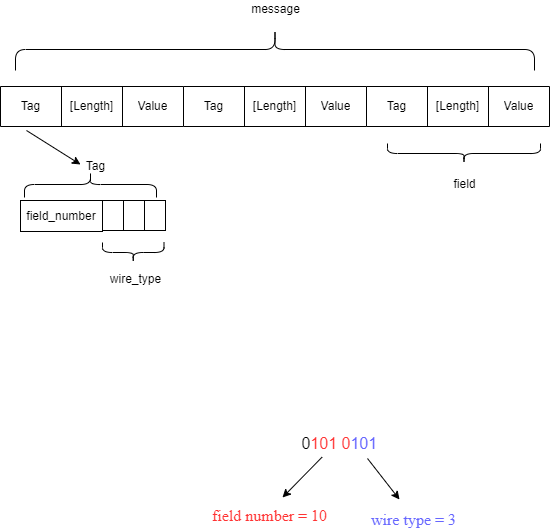
This is protobuf/demo2.png from sihaibao/note, a draw.io export, as it was before one commit. Source tidied: cells renumbered, new cells last; positions are measured from the earlier drawing's top-left corner, leaving out a move shared by most shapes.
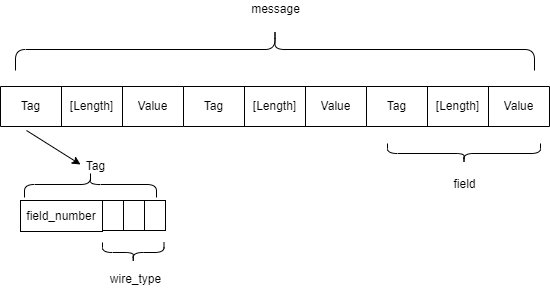
After the change.

What changed in the source:
```diff
@@ -2,26 +2,6 @@
   <root>
     <mxCell id="0" />
     <mxCell id="1" parent="0" />
-    <mxCell id="2" value="0&lt;font color=&quot;#ff3333&quot;&gt;101 0&lt;/font&gt;&lt;font color=&quot;#6666ff&quot;&gt;101&amp;nbsp;&lt;/font&gt;" style="text;html=1;align=center;verticalAlign=middle;points=[];strokeColor=none;fillColor=none;fontSize=16;" parent="1" vertex="1">
-      <mxGeometry x="291" y="433" width="100" height="20" as="geometry" />
-    </mxCell>
-    <mxCell id="3" style="endArrow=classic;html=1;rounded=0;shadow=0;fontSize=16;fontColor=#6666FF;fontFamily=Times New Roman;exitX=0.306;exitY=1.18;exitDx=0;exitDy=0;exitPerimeter=0;" parent="1" edge="1" source="2">
-      <mxGeometry relative="1" as="geometry">
-        <mxPoint x="282" y="497" as="targetPoint" />
-      </mxGeometry>
-    </mxCell>
-    <mxCell id="4" style="endArrow=classic;html=1;rounded=0;shadow=0;fontSize=16;fontColor=#6666FF;fontFamily=Times New Roman;" parent="1" edge="1">
-      <mxGeometry relative="1" as="geometry">
-        <mxPoint x="367" y="458" as="sourcePoint" />
-        <mxPoint x="399" y="499" as="targetPoint" />
-      </mxGeometry>
-    </mxCell>
-    <mxCell id="5" value="&lt;font color=&quot;#6666ff&quot;&gt;wire type = 3&lt;/font&gt;" style="text;html=1;align=center;verticalAlign=middle;strokeColor=none;fillColor=none;fontSize=16;fontFamily=Times New Roman;fontColor=#000000;" parent="1" vertex="1">
-      <mxGeometry x="365" y="507" width="95" height="23" as="geometry" />
-    </mxCell>
-    <mxCell id="6" value="&lt;font color=&quot;#ff3333&quot;&gt;field number = 10&lt;/font&gt;" style="text;html=1;align=center;verticalAlign=middle;strokeColor=none;fillColor=none;fontSize=16;fontFamily=Times New Roman;fontColor=#000000;" parent="1" vertex="1">
-      <mxGeometry x="206" y="503" width="125" height="23" as="geometry" />
-    </mxCell>
     <mxCell id="7" style="shape=table;html=1;whiteSpace=wrap;startSize=0;" parent="1" vertex="1">
       <mxGeometry y="86" width="183" height="40" as="geometry" />
     </mxCell>
```
